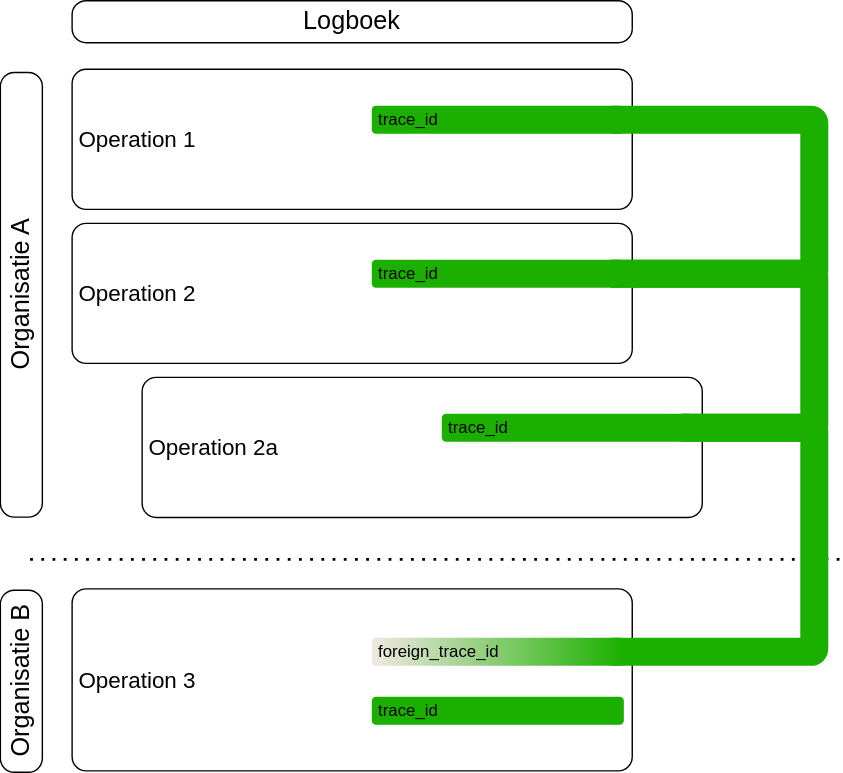
Above: media/relatie_logboekelementen_afbeelding7.svg in Logius-standaarden/logboek-dataverwerkingen-inleiding (draw.io), before the change. Source tidied: cells renumbered, new cells last; positions are measured from the earlier drawing's top-left corner, leaving out a move shared by most shapes.
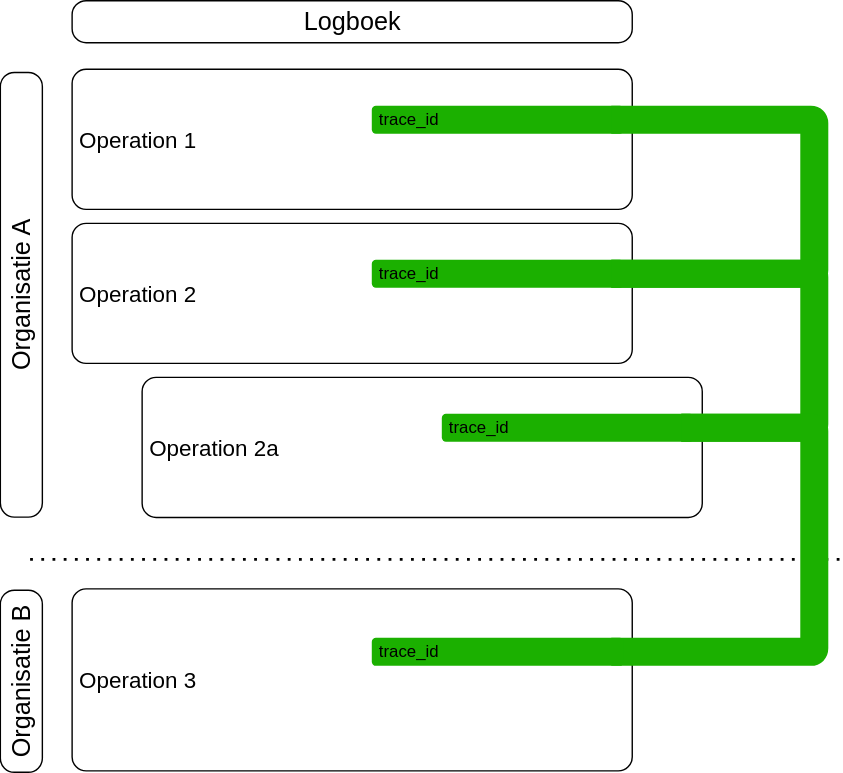
Above is the later version.

Commit message:
Aanpassing Inleiding document: Verwijderen Foreign_TraceId (#39)

Diff of the diagram source:
```diff
@@ -45,9 +45,6 @@
         <mxPoint x="743" y="399" as="targetPoint" />
       </mxGeometry>
     </mxCell>
-    <mxCell id="12" value="trace_id" style="rounded=1;whiteSpace=wrap;html=1;strokeColor=none;fillColor=#1BB000;align=left;spacing=5;" parent="1" vertex="1">
-      <mxGeometry x="409" y="497" width="180" height="20" as="geometry" />
-    </mxCell>
     <mxCell id="13" style="edgeStyle=orthogonalEdgeStyle;rounded=1;jettySize=auto;html=1;endArrow=none;startFill=0;strokeWidth=20;strokeColor=#1BB000;curved=0;arcSize=5;entryX=0.95;entryY=0.5;entryDx=0;entryDy=0;entryPerimeter=0;exitX=0.95;exitY=0.5;exitDx=0;exitDy=0;exitPerimeter=0;" parent="1" edge="1" source="7" target="14">
       <mxGeometry relative="1" as="geometry">
         <Array as="points">
@@ -56,7 +53,7 @@
         </Array>
       </mxGeometry>
     </mxCell>
-    <mxCell id="14" value="foreign_trace_id" style="rounded=1;whiteSpace=wrap;html=1;strokeColor=none;fillColor=#1BB000;points=[[0,0,0,0,0],[0,0.25,0,0,0],[0,0.75,0,0,0],[0,1,0,0,0],[0.05,0.5,0,0,0],[0.25,0,0,0,0],[0.25,1,0,0,0],[0.5,0,0,0,0],[0.5,1,0,0,0],[0.75,0,0,0,0],[0.75,1,0,0,0],[0.95,0.5,0,0,0],[1,0,0,0,0],[1,0.25,0,0,0],[1,0.75,0,0,0],[1,1,0,0,0]];align=left;spacing=5;gradientColor=#F1E8E2;gradientDirection=west;" parent="1" vertex="1">
+    <mxCell id="14" value="trace_id" style="rounded=1;whiteSpace=wrap;html=1;strokeColor=none;fillColor=#1BB000;points=[[0,0,0,0,0],[0,0.25,0,0,0],[0,0.75,0,0,0],[0,1,0,0,0],[0.05,0.5,0,0,0],[0.25,0,0,0,0],[0.25,1,0,0,0],[0.5,0,0,0,0],[0.5,1,0,0,0],[0.75,0,0,0,0],[0.75,1,0,0,0],[0.95,0.5,0,0,0],[1,0,0,0,0],[1,0.25,0,0,0],[1,0.75,0,0,0],[1,1,0,0,0]];align=left;spacing=5;gradientColor=none;gradientDirection=west;" parent="1" vertex="1">
       <mxGeometry x="409" y="455" width="180" height="20" as="geometry" />
     </mxCell>
     <mxCell id="15" value="Organisatie A" style="text;html=1;align=center;verticalAlign=middle;whiteSpace=wrap;rounded=1;rotation=-90;fontSize=18;fillColor=none;strokeColor=default;absoluteArcSize=1;" parent="1" vertex="1">
```
